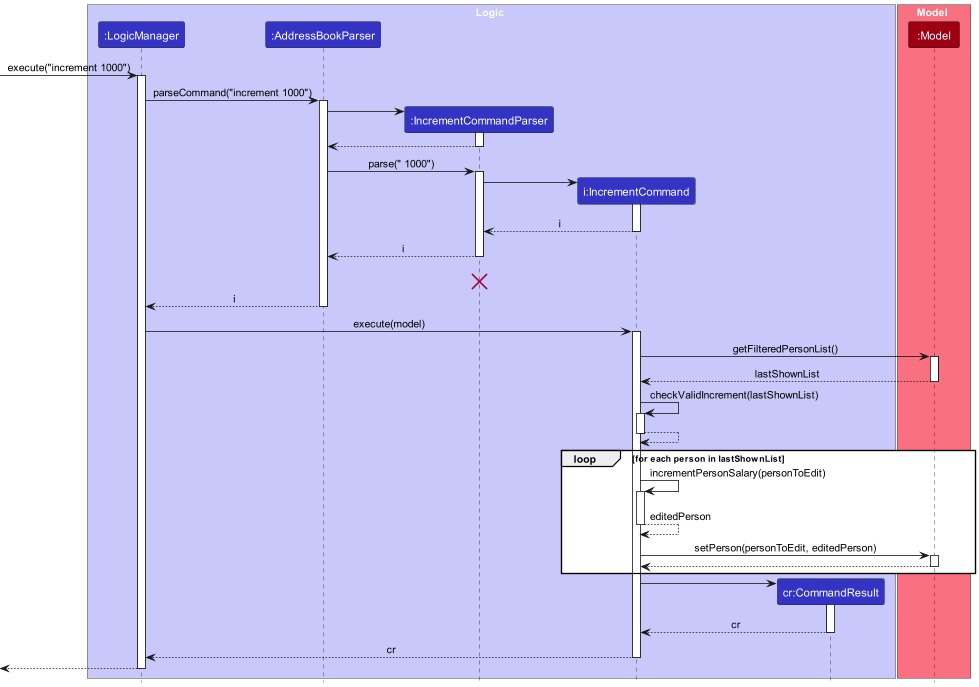
Before: docs/images/IncrementSequenceDiagram.png, a diagram exported from PlantUML (ricketytoc/tp).
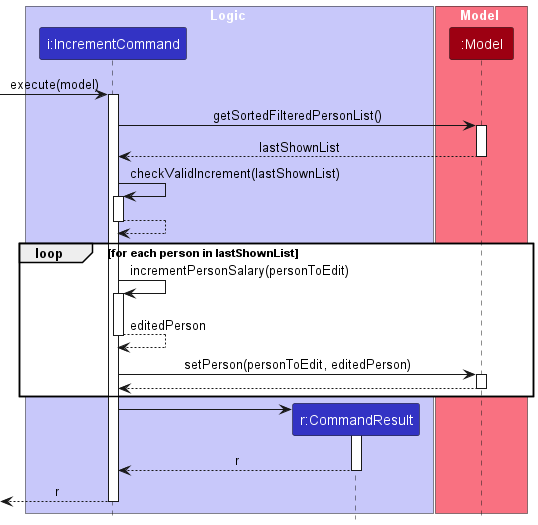
The same diagram one commit later.

Commit message:
Modify increment sequence diagram

Change to the diagram source:
```diff
@@ -3,52 +3,18 @@
 skinparam ArrowFontStyle plain
 
 box Logic LOGIC_COLOR_T1
-participant ":LogicManager" as LogicManager LOGIC_COLOR
-participant ":AddressBookParser" as AddressBookParser LOGIC_COLOR
-participant ":IncrementCommandParser" as IncrementCommandParser LOGIC_COLOR
 participant "i:IncrementCommand" as IncrementCommand LOGIC_COLOR
-participant "cr:CommandResult" as CommandResult LOGIC_COLOR
+participant "r:CommandResult" as CommandResult LOGIC_COLOR
 end box
 
 box Model MODEL_COLOR_T1
 participant ":Model" as Model MODEL_COLOR
 end box
 
-[-> LogicManager : execute("increment 1000")
-activate LogicManager
-
-LogicManager -> AddressBookParser : parseCommand("increment 1000")
-activate AddressBookParser
-
-create IncrementCommandParser
-AddressBookParser -> IncrementCommandParser
-activate IncrementCommandParser
-
-IncrementCommandParser --> AddressBookParser
-deactivate IncrementCommandParser
-
-AddressBookParser -> IncrementCommandParser : parse(" 1000")
-activate IncrementCommandParser
-
-create IncrementCommand
-IncrementCommandParser -> IncrementCommand
+[-> IncrementCommand : execute(model)
 activate IncrementCommand
 
-IncrementCommand --> IncrementCommandParser : i
-deactivate IncrementCommand
-
-IncrementCommandParser --> AddressBookParser : i
-deactivate IncrementCommandParser
-IncrementCommandParser -[hidden]-> AddressBookParser : i
-destroy IncrementCommandParser
-
-AddressBookParser --> LogicManager : i
-deactivate AddressBookParser
-
-LogicManager -> IncrementCommand : execute(model)
-activate IncrementCommand
-
-IncrementCommand -> Model : getFilteredPersonList()
+IncrementCommand -> Model : getSortedFilteredPersonList()
 activate Model
 
 Model --> IncrementCommand : lastShownList
@@ -61,32 +27,27 @@
 deactivate IncrementCommand
 
 loop for each person in lastShownList
+    IncrementCommand -> IncrementCommand : incrementPersonSalary(personToEdit)
+    activate IncrementCommand
 
-IncrementCommand -> IncrementCommand : incrementPersonSalary(personToEdit)
-activate IncrementCommand
+    IncrementCommand --> IncrementCommand : editedPerson
+    deactivate IncrementCommand
 
-IncrementCommand --> IncrementCommand : editedPerson
-deactivate IncrementCommand
+    IncrementCommand -> Model : setPerson(personToEdit, editedPerson)
+    activate Model
 
-IncrementCommand -> Model : setPerson(personToEdit, editedPerson)
-activate Model
-
-Model --> IncrementCommand
-deactivate Model
-
+    Model --> IncrementCommand
+    deactivate Model
 end
 
 create CommandResult
 IncrementCommand -> CommandResult
 activate CommandResult
 
-CommandResult --> IncrementCommand : cr
+CommandResult --> IncrementCommand : r
 deactivate CommandResult
 
-IncrementCommand --> LogicManager : cr
+IncrementCommand -->[ : r
 deactivate IncrementCommand
 
-LogicManager -->[
-deactivate LogicManager
-
 @enduml
```
